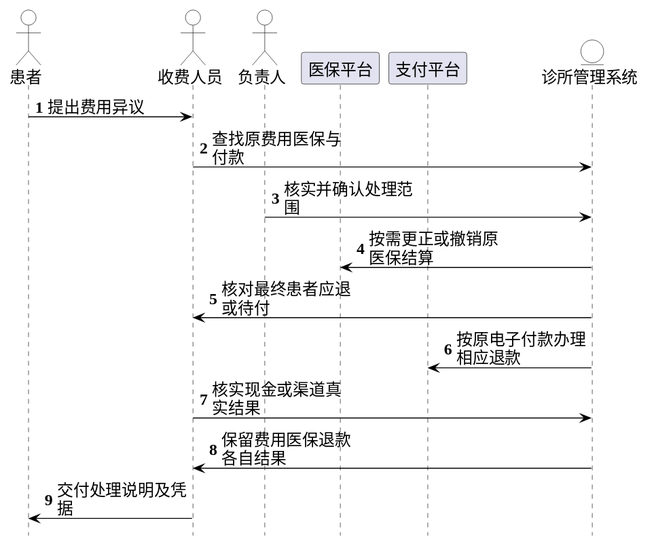
Earlier version of the PlantUML export 01-需求文档/diagrams/integrated-20261019/business-improved-7.svg (Shawmc-creator/systemAnalyseAndDesign). Its source is kept beside it as 01-需求文档/diagrams/integrated-20261019/business-improved-7.puml.
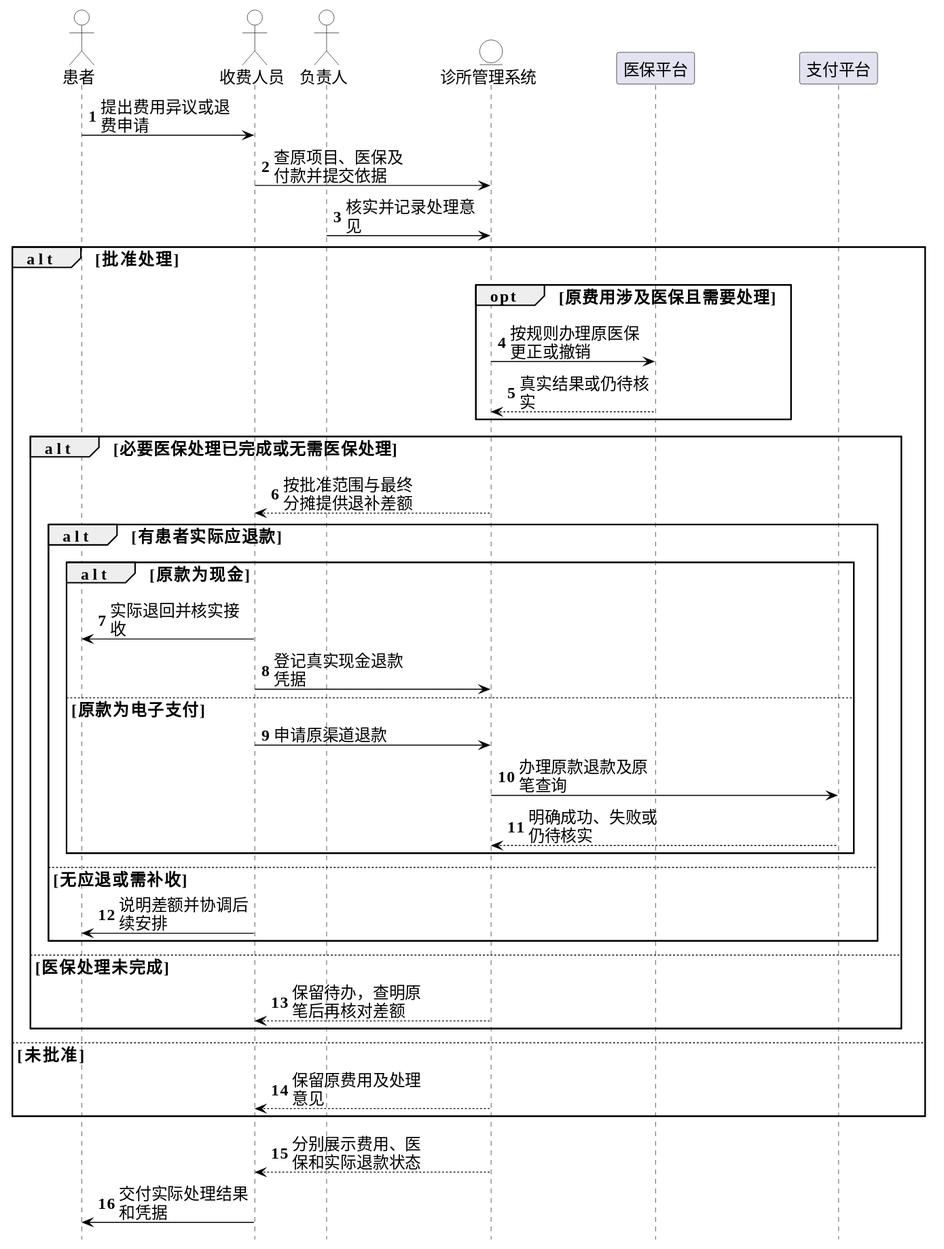
After the change.

What changed in the source:
```diff
@@ -17,20 +17,41 @@
 hide footbox
 autonumber
 skinparam maxMessageSize 150
-actor "患者" as A0
-actor "收费人员" as A1
-actor "负责人" as A2
-participant "医保平台" as A3
-participant "支付平台" as A4
+actor "患者" as P
+actor "收费人员" as C
+actor "负责人" as M
 entity "诊所管理系统" as S
-A0 -> A1 : 提出费用异议
-A1 -> S : 查找原费用医保与付款
-A2 -> S : 核实并确认处理范围
-S -> A3 : 按需更正或撤销原医保结算
-S -> A1 : 核对最终患者应退或待付
-S -> A4 : 按原电子付款办理相应退款
-A1 -> S : 核实现金或渠道真实结果
-S -> A1 : 保留费用医保退款各自结果
-A1 -> A0 : 交付处理说明及凭据
+participant "医保平台" as I
+participant "支付平台" as Pay
+P -> C : 提出费用异议或退费申请
+C -> S : 查原项目、医保及付款并提交依据
+M -> S : 核实并记录处理意见
+alt 批准处理
+ opt 原费用涉及医保且需要处理
+  S -> I : 按规则办理原医保更正或撤销
+  I --> S : 真实结果或仍待核实
+ end
+ alt 必要医保处理已完成或无需医保处理
+  S --> C : 按批准范围与最终分摊提供退补差额
+  alt 有患者实际应退款
+   alt 原款为现金
+    C -> P : 实际退回并核实接收
+    C -> S : 登记真实现金退款凭据
+   else 原款为电子支付
+    C -> S : 申请原渠道退款
+    S -> Pay : 办理原款退款及原笔查询
+    Pay --> S : 明确成功、失败或仍待核实
+   end
+  else 无应退或需补收
+   C -> P : 说明差额并协调后续安排
+  end
+ else 医保处理未完成
+  S --> C : 保留待办，查明原笔后再核对差额
+ end
+else 未批准
+ S --> C : 保留原费用及处理意见
+end
+S --> C : 分别展示费用、医保和实际退款状态
+C -> P : 交付实际处理结果和凭据
 
 @enduml
```
